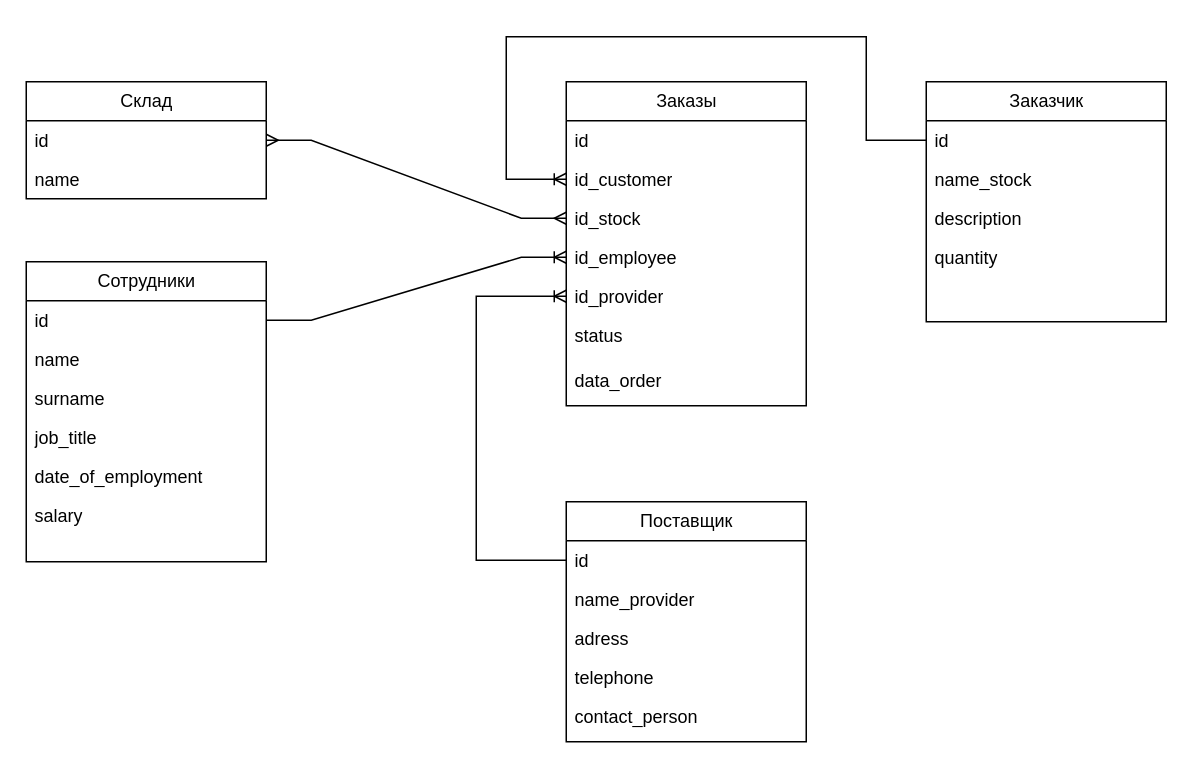
The draw.io diagram server/stock_react.drawio in Izike1/stock_react, before the edit. Source tidied: cells renumbered, new cells numbered last; positions are measured from the earlier drawing's top-left corner, leaving out a move shared by most shapes. Both pictures are drawn from the tidied source at 150%, with x=0, y=0 at pixel (26, 36).
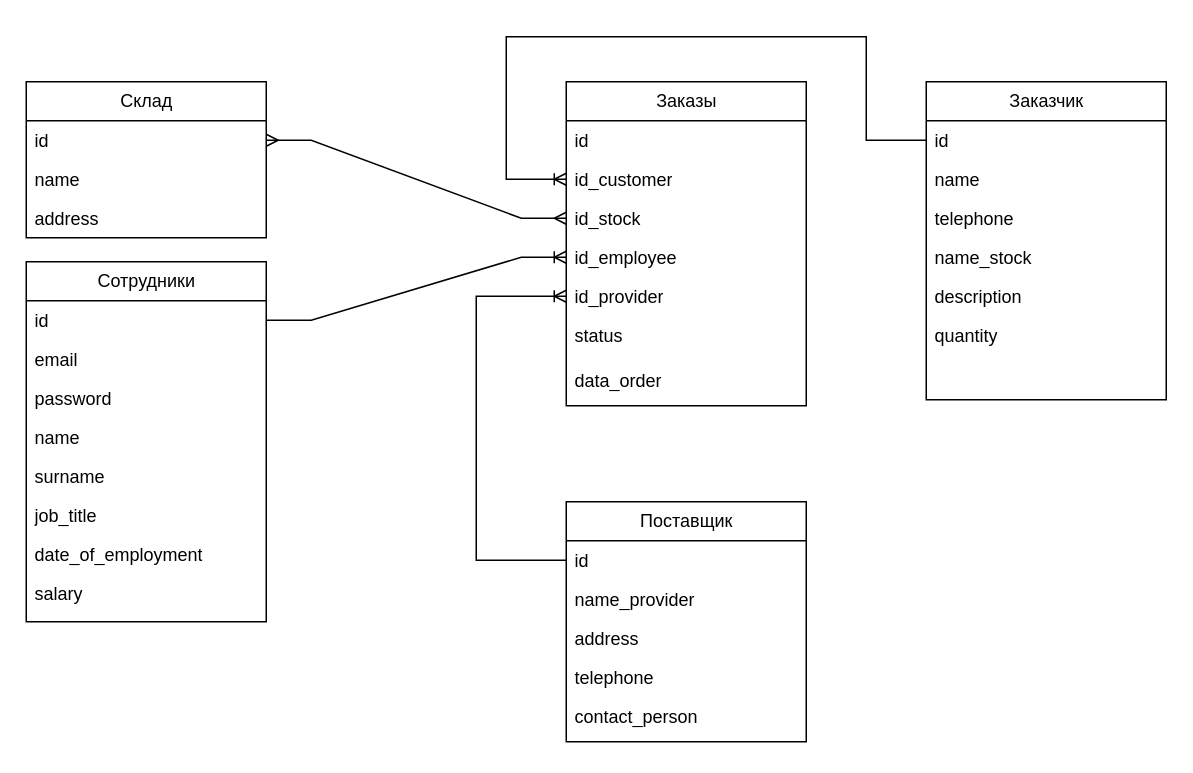
Above is the later version.

Unchanged cells that the change refers to:
```xml
<mxCell id="22" value="Поставщик" style="swimlane;fontStyle=0;horizontal=1;startSize=26;fillColor=none;html=1;" parent="1" vertex="1">
  <mxGeometry x="360" y="310" width="160" height="160" as="geometry" />
</mxCell>
```

The edit, as a diff of the source:
```diff
@@
     <mxCell id="2" value="Сотрудники" style="swimlane;fontStyle=0;horizontal=1;startSize=26;fillColor=none;html=1;" parent="1" vertex="1">
-      <mxGeometry y="150" width="160" height="200" as="geometry" />
+      <mxGeometry y="150" width="160" height="240" as="geometry" />
     </mxCell>
@@
+    <mxCell id="35" value="email" style="text;strokeColor=none;fillColor=none;align=left;verticalAlign=top;spacingLeft=4;spacingRight=4;overflow=hidden;whiteSpace=wrap;html=1;" parent="2" vertex="1">
+      <mxGeometry y="52" width="160" height="26" as="geometry" />
+    </mxCell>
+    <mxCell id="36" value="password" style="text;strokeColor=none;fillColor=none;align=left;verticalAlign=top;spacingLeft=4;spacingRight=4;overflow=hidden;whiteSpace=wrap;html=1;" parent="2" vertex="1">
+      <mxGeometry y="78" width="160" height="26" as="geometry" />
+    </mxCell>
     <mxCell id="4" value="name" style="text;strokeColor=none;fillColor=none;align=left;verticalAlign=top;spacingLeft=4;spacingRight=4;overflow=hidden;whiteSpace=wrap;html=1;" parent="2" vertex="1">
-      <mxGeometry y="52" width="160" height="26" as="geometry" />
+      <mxGeometry y="104" width="160" height="26" as="geometry" />
     </mxCell>
     <mxCell id="5" value="surname" style="text;strokeColor=none;fillColor=none;align=left;verticalAlign=top;spacingLeft=4;spacingRight=4;overflow=hidden;whiteSpace=wrap;html=1;" parent="2" vertex="1">
-      <mxGeometry y="78" width="160" height="26" as="geometry" />
+      <mxGeometry y="130" width="160" height="26" as="geometry" />
     </mxCell>
     <mxCell id="6" value="job_title" style="text;strokeColor=none;fillColor=none;align=left;verticalAlign=top;spacingLeft=4;spacingRight=4;overflow=hidden;whiteSpace=wrap;html=1;" parent="2" vertex="1">
-      <mxGeometry y="104" width="160" height="26" as="geometry" />
+      <mxGeometry y="156" width="160" height="26" as="geometry" />
     </mxCell>
     <mxCell id="7" value="date_of_employment" style="text;strokeColor=none;fillColor=none;align=left;verticalAlign=top;spacingLeft=4;spacingRight=4;overflow=hidden;whiteSpace=wrap;html=1;" parent="2" vertex="1">
-      <mxGeometry y="130" width="160" height="26" as="geometry" />
+      <mxGeometry y="182" width="160" height="26" as="geometry" />
     </mxCell>
     <mxCell id="8" value="salary" style="text;strokeColor=none;fillColor=none;align=left;verticalAlign=top;spacingLeft=4;spacingRight=4;overflow=hidden;whiteSpace=wrap;html=1;" parent="2" vertex="1">
-      <mxGeometry y="156" width="160" height="44" as="geometry" />
+      <mxGeometry y="208" width="160" height="32" as="geometry" />
     </mxCell>
     <mxCell id="9" value="Заказчик" style="swimlane;fontStyle=0;horizontal=1;startSize=26;fillColor=none;html=1;" parent="1" vertex="1">
-      <mxGeometry x="600" y="30" width="160" height="160" as="geometry" />
+      <mxGeometry x="600" y="30" width="160" height="212" as="geometry" />
     </mxCell>
@@
+    <mxCell id="37" value="name" style="text;strokeColor=none;fillColor=none;align=left;verticalAlign=top;spacingLeft=4;spacingRight=4;overflow=hidden;whiteSpace=wrap;html=1;" parent="9" vertex="1">
+      <mxGeometry y="52" width="160" height="26" as="geometry" />
+    </mxCell>
+    <mxCell id="38" value="telephone" style="text;strokeColor=none;fillColor=none;align=left;verticalAlign=top;spacingLeft=4;spacingRight=4;overflow=hidden;whiteSpace=wrap;html=1;" parent="9" vertex="1">
+      <mxGeometry y="78" width="160" height="26" as="geometry" />
+    </mxCell>
     <mxCell id="11" value="name_stock" style="text;strokeColor=none;fillColor=none;align=left;verticalAlign=top;spacingLeft=4;spacingRight=4;overflow=hidden;whiteSpace=wrap;html=1;" parent="9" vertex="1">
-      <mxGeometry y="52" width="160" height="26" as="geometry" />
+      <mxGeometry y="104" width="160" height="26" as="geometry" />
     </mxCell>
     <mxCell id="12" value="description" style="text;strokeColor=none;fillColor=none;align=left;verticalAlign=top;spacingLeft=4;spacingRight=4;overflow=hidden;whiteSpace=wrap;html=1;" parent="9" vertex="1">
-      <mxGeometry y="78" width="160" height="26" as="geometry" />
+      <mxGeometry y="130" width="160" height="26" as="geometry" />
     </mxCell>
     <mxCell id="13" value="quantity" style="text;strokeColor=none;fillColor=none;align=left;verticalAlign=top;spacingLeft=4;spacingRight=4;overflow=hidden;whiteSpace=wrap;html=1;" parent="9" vertex="1">
-      <mxGeometry y="104" width="160" height="56" as="geometry" />
+      <mxGeometry y="156" width="160" height="56" as="geometry" />
     </mxCell>
@@
-    <mxCell id="25" value="adress" style="text;strokeColor=none;fillColor=none;align=left;verticalAlign=top;spacingLeft=4;spacingRight=4;overflow=hidden;whiteSpace=wrap;html=1;" parent="22" vertex="1">
+    <mxCell id="25" value="address" style="text;strokeColor=none;fillColor=none;align=left;verticalAlign=top;spacingLeft=4;spacingRight=4;overflow=hidden;whiteSpace=wrap;html=1;" parent="22" vertex="1">
       <mxGeometry y="78" width="160" height="26" as="geometry" />
     </mxCell>
@@
     <mxCell id="31" value="Склад" style="swimlane;fontStyle=0;horizontal=1;startSize=26;fillColor=none;html=1;" parent="1" vertex="1">
-      <mxGeometry y="30" width="160" height="78" as="geometry" />
+      <mxGeometry y="30" width="160" height="104" as="geometry" />
     </mxCell>
@@
+    <mxCell id="39" value="address" style="text;strokeColor=none;fillColor=none;align=left;verticalAlign=top;spacingLeft=4;spacingRight=4;overflow=hidden;whiteSpace=wrap;html=1;" parent="31" vertex="1">
+      <mxGeometry y="78" width="160" height="26" as="geometry" />
+    </mxCell>
```
